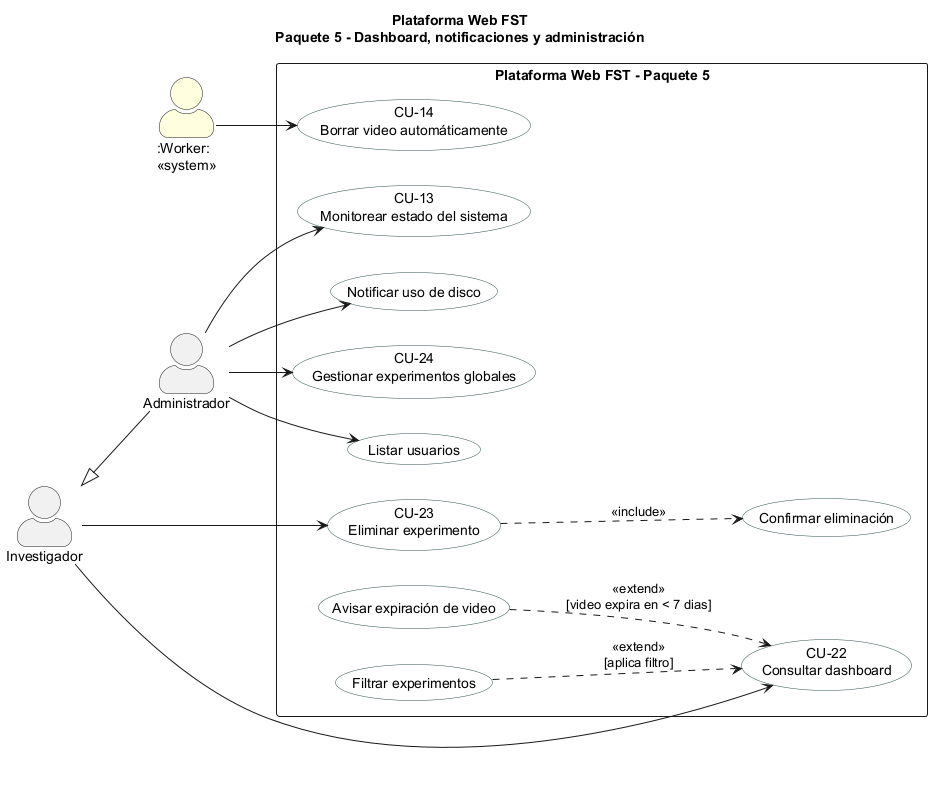
Above: figures/diagramas/cu_paquete5.png in ErickJester/fst-ai-system-latex (PlantUML), before the change.
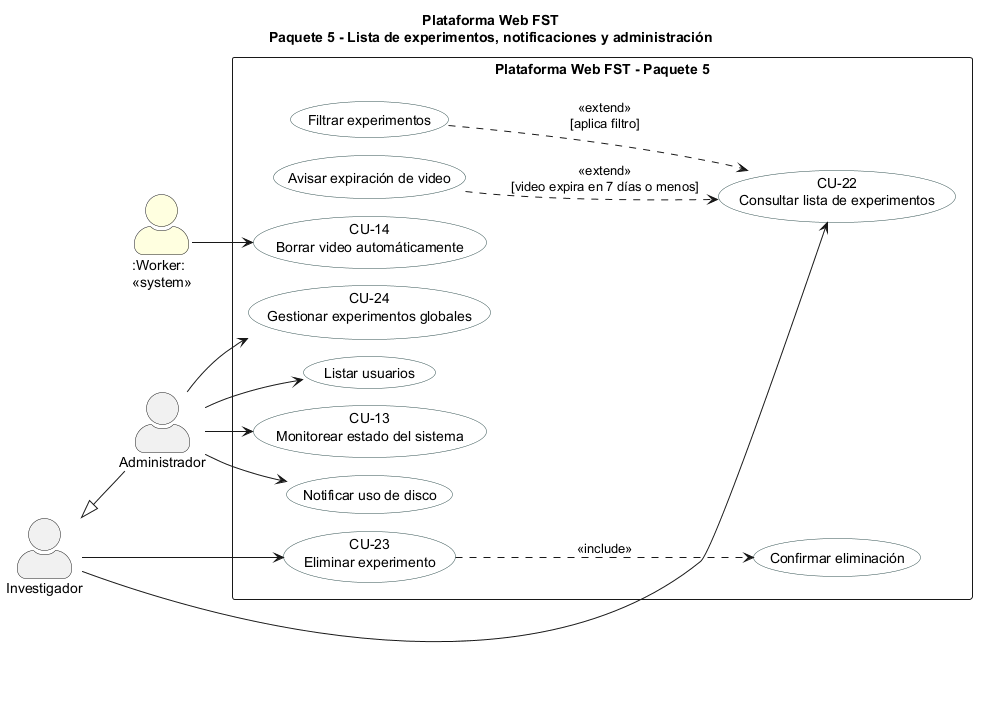
Later version of the same file.

What changed in the source:
```diff
@@ -1,5 +1,6 @@
 @startuml
-title Plataforma Web FST\nPaquete 5 - Dashboard, notificaciones y administración
+!pragma layout smetana
+title Plataforma Web FST\nPaquete 5 - Lista de experimentos, notificaciones y administración
 left to right direction
 skinparam packageStyle rectangle
 skinparam actorStyle awesome
@@ -12,7 +13,7 @@
 actor ":Worker:\n<<system>>" as WRK #LightYellow
 INV <|-- ADMIN
 rectangle "Plataforma Web FST - Paquete 5" {
-  usecase "CU-22\nConsultar dashboard" as CU22
+  usecase "CU-22\nConsultar lista de experimentos" as CU22
   usecase "Filtrar experimentos" as UC51a
   usecase "Avisar expiración de video" as UC52
   usecase "CU-23\nEliminar experimento" as CU23
@@ -30,7 +31,7 @@
 ADMIN --> UC57a
 ADMIN --> CU24
 WRK --> CU14
-UC52 ..> CU22 : <<extend>>\n[video expira en < 7 dias]
+UC52 ..> CU22 : <<extend>>\n[video expira en 7 días o menos]
 UC51a ..> CU22 : <<extend>>\n[aplica filtro]
 CU23 ..> UC53a : <<include>>
 @enduml
```
